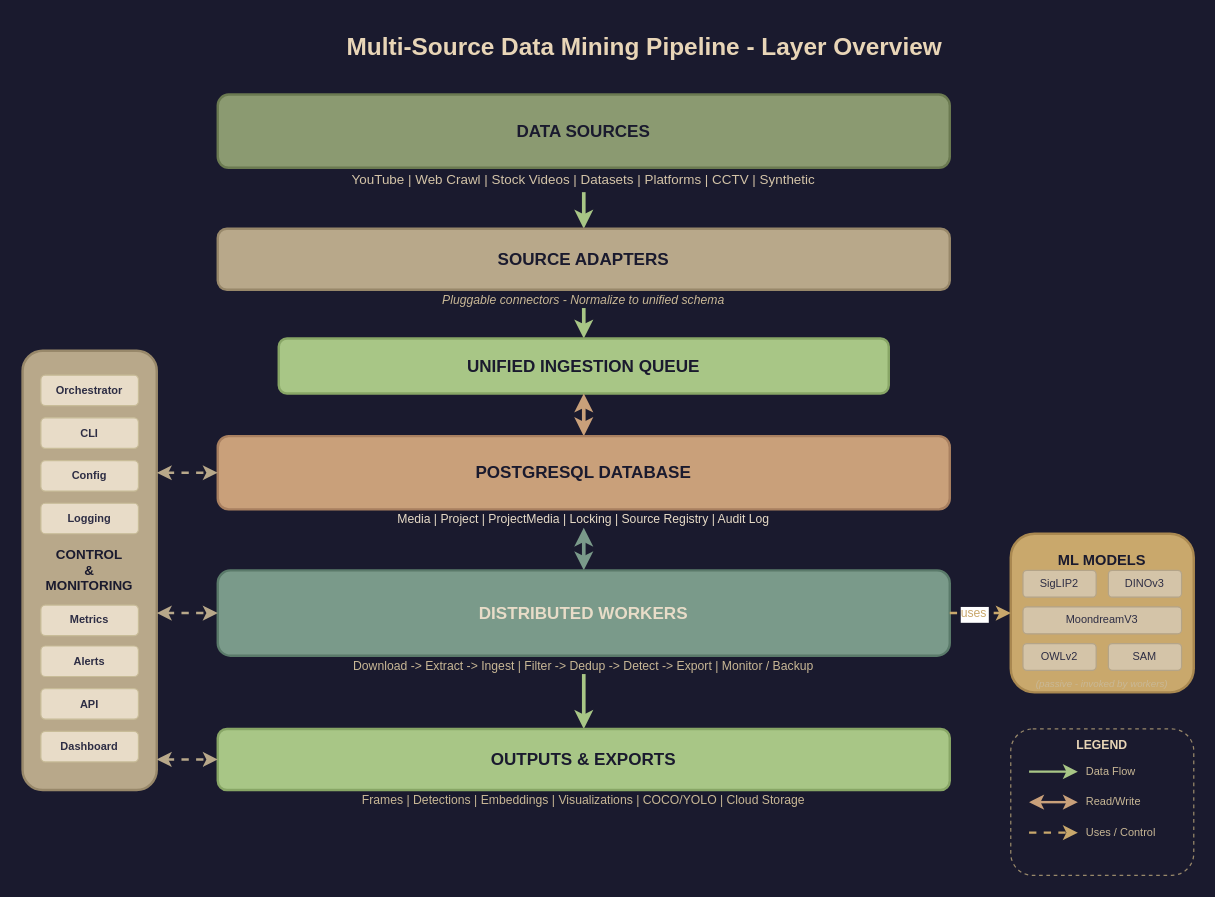
Before: docs/diagrams/data_miner_overview.drawio in MVPavan/data-miner, a draw.io diagram. Source tidied: cells renumbered, new cells numbered last; positions are measured from the earlier drawing's top-left corner, leaving out a move shared by most shapes. Both pictures are drawn from the tidied source at 122%, with x=0, y=0 at pixel (22, 21).
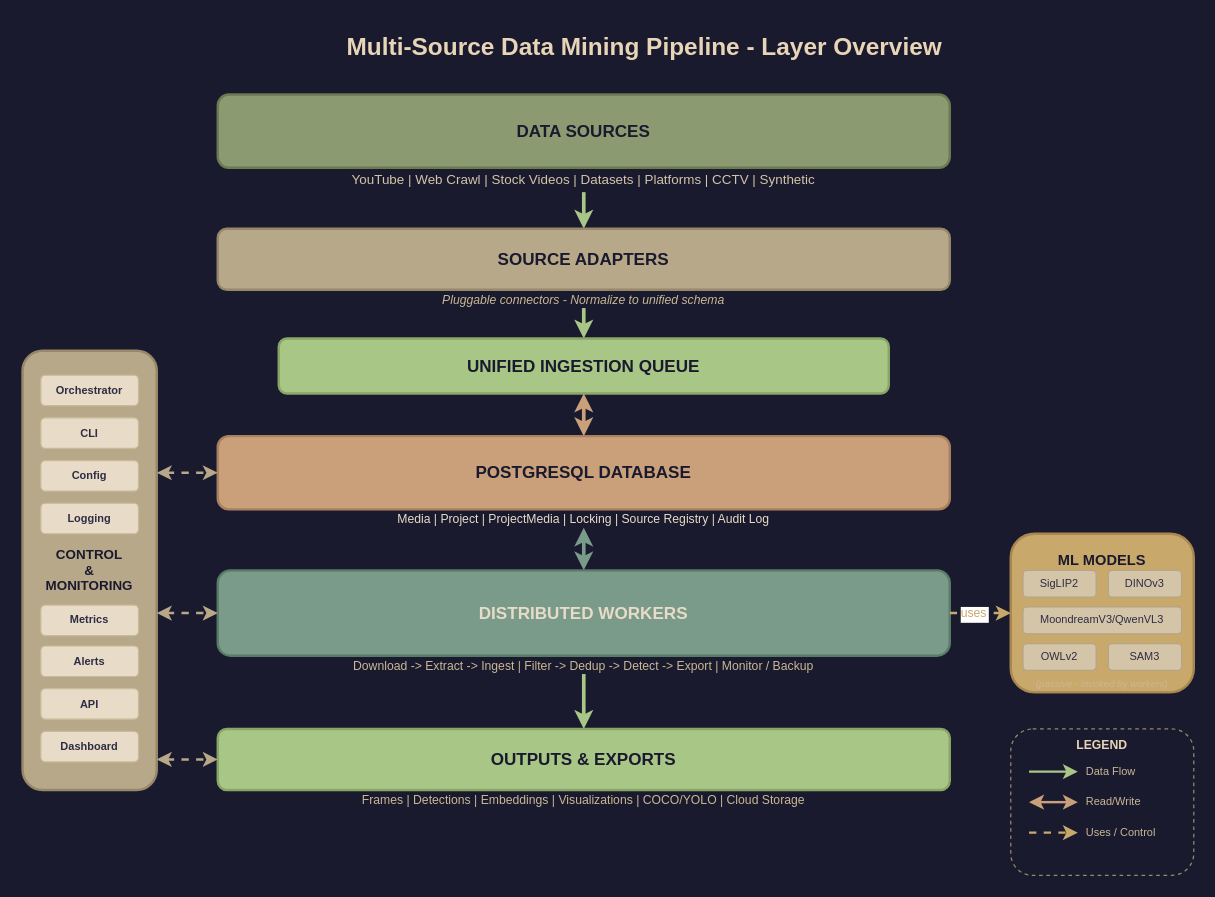
The same diagram, later.

Diff of the diagram source:
```diff
@@
-    <mxCell id="20" value="MoondreamV3" style="rounded=1;whiteSpace=wrap;fillColor=#d4c4a8;strokeColor=#b4a488;fontSize=9;align=center;verticalAlign=middle;fontColor=#2d2d44;" parent="1" vertex="1">
+    <mxCell id="20" value="MoondreamV3/QwenVL3" style="rounded=1;whiteSpace=wrap;fillColor=#d4c4a8;strokeColor=#b4a488;fontSize=9;align=center;verticalAlign=middle;fontColor=#2d2d44;" parent="1" vertex="1">
       <mxGeometry x="820" y="480" width="130" height="22" as="geometry" />
     </mxCell>
@@
-    <mxCell id="22" value="SAM" style="rounded=1;whiteSpace=wrap;fillColor=#d4c4a8;strokeColor=#b4a488;fontSize=9;align=center;verticalAlign=middle;fontColor=#2d2d44;" parent="1" vertex="1">
+    <mxCell id="22" value="SAM3" style="rounded=1;whiteSpace=wrap;fillColor=#d4c4a8;strokeColor=#b4a488;fontSize=9;align=center;verticalAlign=middle;fontColor=#2d2d44;" parent="1" vertex="1">
       <mxGeometry x="890" y="510" width="60" height="22" as="geometry" />
     </mxCell>
```
